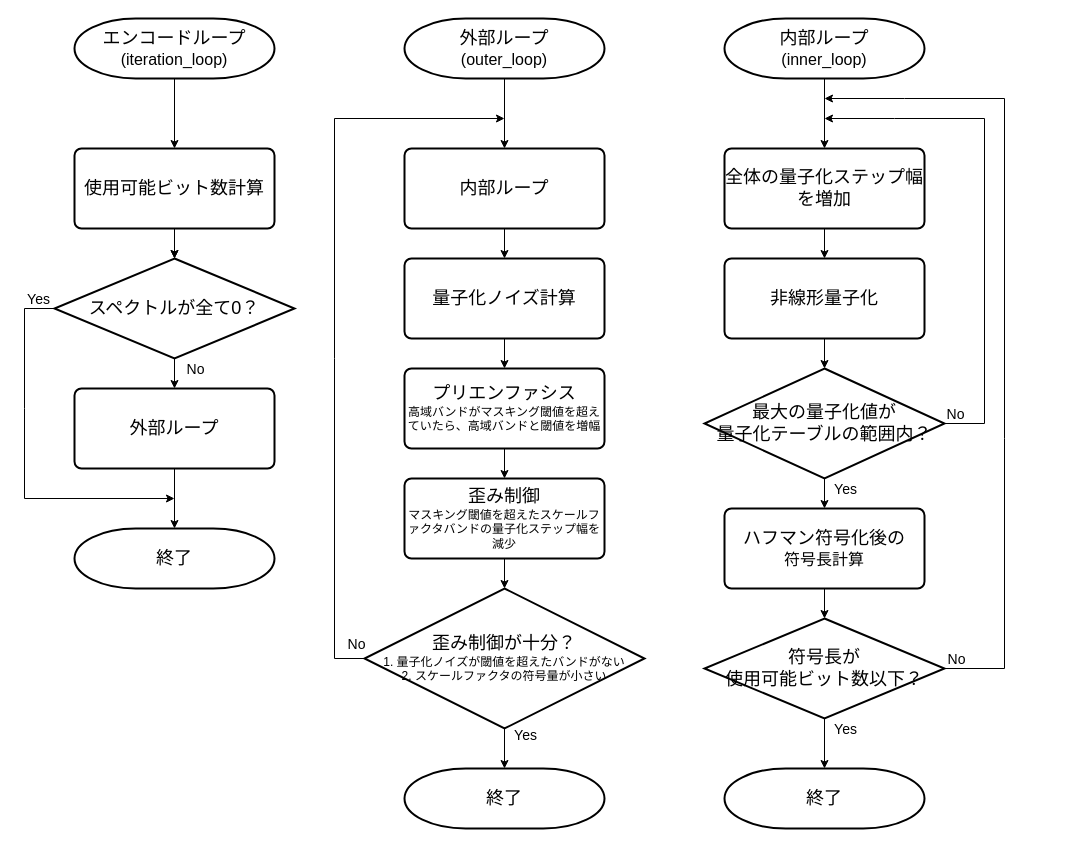
Above: documents/slide/figs/mp3_encode_process.drawio in aikiriao/DemonGateCodec (draw.io), before the change. Source tidied: cells renumbered, new cells numbered last; positions are measured from the earlier drawing's top-left corner, leaving out a move shared by most shapes. Both pictures are drawn from the tidied source at 100%, with x=0, y=0 at pixel (24, 18).
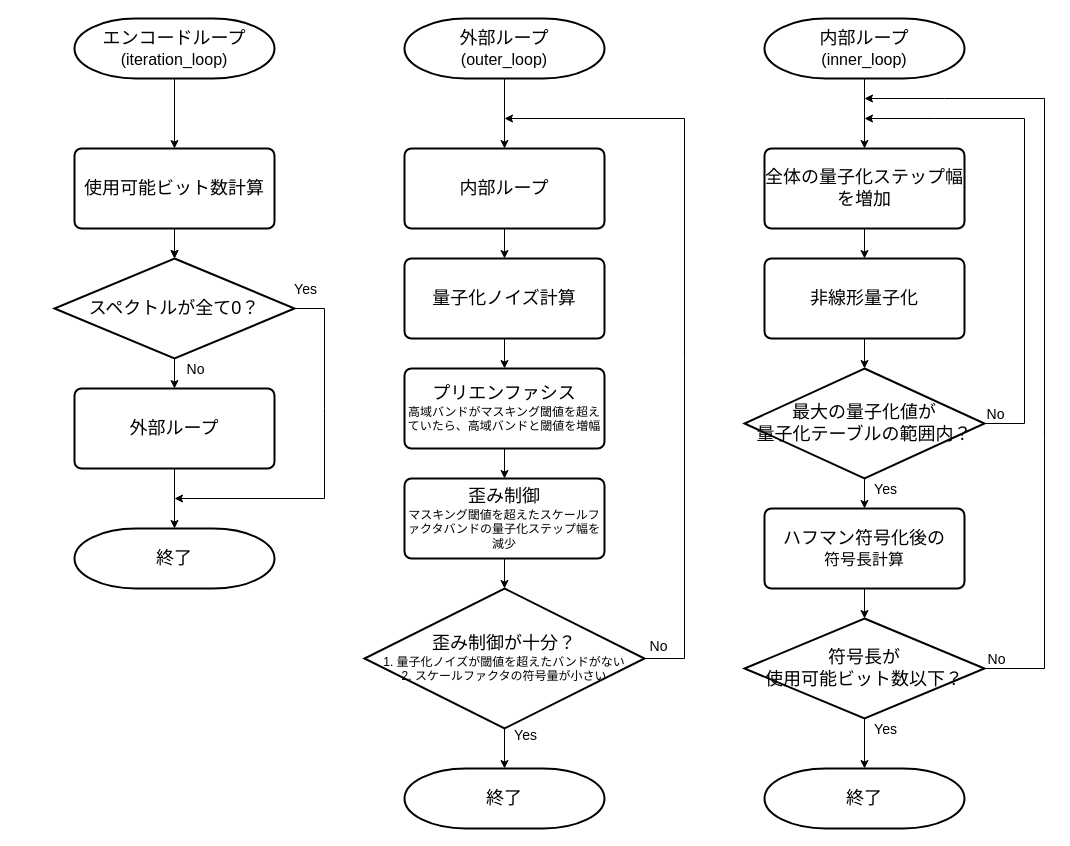
The same diagram, later.

Commit message (it also covers changes not shown here):
add encode / decode loop.

Unchanged cells that the change refers to:
```xml
<mxCell id="24" value="&lt;font style=&quot;font-size: 18px;&quot;&gt;歪み制御が十分？&lt;/font&gt;&lt;div&gt;&lt;font style=&quot;font-size: 12px;&quot;&gt;1. 量子化ノイズが閾値を超えたバンドがない&lt;/font&gt;&lt;/div&gt;&lt;div&gt;&lt;font style=&quot;font-size: 12px;&quot;&gt;2. スケールファクタの符号量が小さい&lt;/font&gt;&lt;/div&gt;" style="strokeWidth=2;html=1;shape=mxgraph.flowchart.decision;whiteSpace=wrap;" parent="1" vertex="1">
  <mxGeometry x="340" y="570" width="280" height="140" as="geometry" />
</mxCell>
<mxCell id="36" value="&lt;font style=&quot;font-size: 18px;&quot;&gt;スペクトルが全て0？&lt;/font&gt;" style="strokeWidth=2;html=1;shape=mxgraph.flowchart.decision;whiteSpace=wrap;" parent="1" vertex="1">
  <mxGeometry x="30" y="240" width="240" height="100" as="geometry" />
</mxCell>
```

The edit, as a diff of the source:
```diff
@@
     <mxCell id="2" value="&lt;font style=&quot;font-size: 18px;&quot;&gt;全体の量子化ステップ幅を増加&lt;/font&gt;" style="rounded=1;whiteSpace=wrap;html=1;absoluteArcSize=1;arcSize=14;strokeWidth=2;" parent="1" vertex="1">
-      <mxGeometry x="700" y="130" width="200" height="80" as="geometry" />
+      <mxGeometry x="740" y="130" width="200" height="80" as="geometry" />
     </mxCell>
     <mxCell id="3" value="&lt;font style=&quot;font-size: 18px;&quot;&gt;非線形量子化&lt;/font&gt;" style="rounded=1;whiteSpace=wrap;html=1;absoluteArcSize=1;arcSize=14;strokeWidth=2;" parent="1" vertex="1">
-      <mxGeometry x="700" y="240" width="200" height="80" as="geometry" />
+      <mxGeometry x="740" y="240" width="200" height="80" as="geometry" />
     </mxCell>
     <mxCell id="4" value="&lt;font style=&quot;font-size: 18px;&quot;&gt;最大の量子化値が&lt;br&gt;量子化テーブルの範囲内？&lt;/font&gt;" style="strokeWidth=2;html=1;shape=mxgraph.flowchart.decision;whiteSpace=wrap;" parent="1" vertex="1">
-      <mxGeometry x="680" y="350" width="240" height="110" as="geometry" />
+      <mxGeometry x="720" y="350" width="240" height="110" as="geometry" />
     </mxCell>
@@
     <mxCell id="7" value="&lt;font style=&quot;font-size: 18px;&quot;&gt;内部ループ&lt;/font&gt;&lt;div&gt;&lt;font size=&quot;3&quot;&gt;(inner_loop)&lt;/font&gt;&lt;/div&gt;" style="strokeWidth=2;html=1;shape=mxgraph.flowchart.terminator;whiteSpace=wrap;" parent="1" vertex="1">
-      <mxGeometry x="700" width="200" height="60" as="geometry" />
+      <mxGeometry x="740" width="200" height="60" as="geometry" />
     </mxCell>
@@
     <mxCell id="9" style="endArrow=classic;html=1;rounded=0;exitX=1;exitY=0.5;exitDx=0;exitDy=0;exitPerimeter=0;" parent="1" edge="1" source="4">
       <mxGeometry relative="1" as="geometry">
-        <mxPoint x="800" y="100" as="targetPoint" />
+        <mxPoint x="840" y="100" as="targetPoint" />
         <Array as="points">
-          <mxPoint x="960" y="405" />
-          <mxPoint x="960" y="100" />
-          <mxPoint x="870" y="100" />
+          <mxPoint x="1000" y="405" />
+          <mxPoint x="1000" y="100" />
+          <mxPoint x="910" y="100" />
         </Array>
       </mxGeometry>
     </mxCell>
@@
     <mxCell id="11" value="&lt;font style=&quot;font-size: 18px;&quot;&gt;ハフマン符号化後の&lt;/font&gt;&lt;div&gt;&lt;font size=&quot;3&quot;&gt;符号長計算&lt;/font&gt;&lt;/div&gt;" style="rounded=1;whiteSpace=wrap;html=1;absoluteArcSize=1;arcSize=14;strokeWidth=2;" parent="1" vertex="1">
-      <mxGeometry x="700" y="490" width="200" height="80" as="geometry" />
+      <mxGeometry x="740" y="490" width="200" height="80" as="geometry" />
     </mxCell>
     <mxCell id="12" value="&lt;font style=&quot;font-size: 18px;&quot;&gt;符号長が&lt;br&gt;使用可能ビット数以下？&lt;/font&gt;" style="strokeWidth=2;html=1;shape=mxgraph.flowchart.decision;whiteSpace=wrap;" parent="1" vertex="1">
-      <mxGeometry x="680" y="600" width="240" height="100" as="geometry" />
+      <mxGeometry x="720" y="600" width="240" height="100" as="geometry" />
     </mxCell>
     <mxCell id="13" style="endArrow=classic;html=1;rounded=0;exitX=1;exitY=0.5;exitDx=0;exitDy=0;exitPerimeter=0;" parent="1" edge="1" source="12">
       <mxGeometry relative="1" as="geometry">
-        <mxPoint x="800" y="80" as="targetPoint" />
+        <mxPoint x="840" y="80" as="targetPoint" />
         <Array as="points">
-          <mxPoint x="980" y="650" />
-          <mxPoint x="980" y="420" />
-          <mxPoint x="980" y="80" />
-          <mxPoint x="880" y="80" />
+          <mxPoint x="1020" y="650" />
+          <mxPoint x="1020" y="420" />
+          <mxPoint x="1020" y="80" />
+          <mxPoint x="920" y="80" />
         </Array>
       </mxGeometry>
     </mxCell>
@@
     <mxCell id="15" style="endArrow=classic;html=1;rounded=0;entryX=0.5;entryY=0;entryDx=0;entryDy=0;" parent="1" edge="1" target="11">
       <mxGeometry relative="1" as="geometry">
-        <mxPoint x="800" y="460" as="sourcePoint" />
+        <mxPoint x="840" y="460" as="sourcePoint" />
       </mxGeometry>
     </mxCell>
@@
     <mxCell id="18" value="&lt;font style=&quot;font-size: 18px;&quot;&gt;終了&lt;/font&gt;" style="strokeWidth=2;html=1;shape=mxgraph.flowchart.terminator;whiteSpace=wrap;" parent="1" vertex="1">
-      <mxGeometry x="700" y="750" width="200" height="60" as="geometry" />
+      <mxGeometry x="740" y="750" width="200" height="60" as="geometry" />
     </mxCell>
     <mxCell id="19" style="endArrow=classic;html=1;rounded=0;entryX=0.5;entryY=0;entryDx=0;entryDy=0;entryPerimeter=0;" parent="1" edge="1" target="18">
       <mxGeometry relative="1" as="geometry">
-        <mxPoint x="800" y="700" as="sourcePoint" />
+        <mxPoint x="840" y="700" as="sourcePoint" />
       </mxGeometry>
     </mxCell>
@@
-    <mxCell id="28" style="endArrow=classic;html=1;rounded=0;exitX=0;exitY=0.5;exitDx=0;exitDy=0;exitPerimeter=0;" parent="1" edge="1" source="24">
+    <mxCell id="28" style="endArrow=classic;html=1;rounded=0;exitX=1;exitY=0.5;exitDx=0;exitDy=0;exitPerimeter=0;" parent="1" edge="1" source="24">
       <mxGeometry relative="1" as="geometry">
         <mxPoint x="480" y="100" as="targetPoint" />
         <Array as="points">
-          <mxPoint x="310" y="640" />
-          <mxPoint x="310" y="340" />
-          <mxPoint x="310" y="100" />
+          <mxPoint x="660" y="640" />
+          <mxPoint x="660" y="340" />
+          <mxPoint x="660" y="100" />
         </Array>
       </mxGeometry>
     </mxCell>
@@
-    <mxCell id="44" style="endArrow=classic;html=1;rounded=0;exitX=0;exitY=0.5;exitDx=0;exitDy=0;exitPerimeter=0;" parent="1" edge="1" source="36">
+    <mxCell id="44" style="endArrow=classic;html=1;rounded=0;exitX=1;exitY=0.5;exitDx=0;exitDy=0;exitPerimeter=0;" parent="1" edge="1" source="36">
       <mxGeometry relative="1" as="geometry">
         <mxPoint x="150" y="480" as="targetPoint" />
         <Array as="points">
-          <mxPoint y="290" />
-          <mxPoint y="390" />
-          <mxPoint y="480" />
+          <mxPoint x="300" y="290" />
+          <mxPoint x="300" y="390" />
+          <mxPoint x="300" y="480" />
         </Array>
       </mxGeometry>
     </mxCell>
     <mxCell id="45" value="&lt;font style=&quot;font-size: 14px;&quot;&gt;Yes&lt;/font&gt;" style="edgeLabel;html=1;align=center;verticalAlign=middle;" parent="44" vertex="1">
       <mxGeometry x="-0.91" y="-1" relative="1" as="geometry">
-        <mxPoint y="-9" as="offset" />
+        <mxPoint x="-7" y="-21" as="offset" />
       </mxGeometry>
     </mxCell>
```
